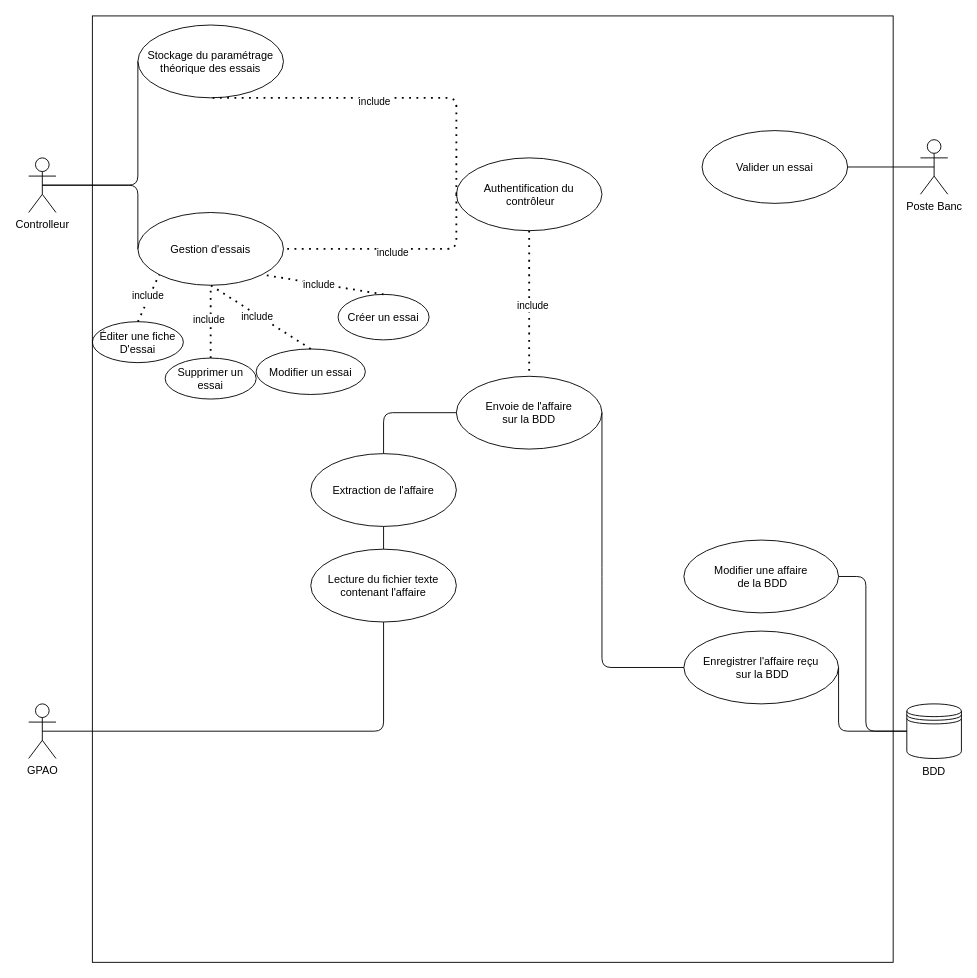
The draw.io diagram Analyse/Hugo/diagrammeDUtilisationHugo.drawio in MRCThomas/testDeVerinSurBancHydraulique, before the edit. Source tidied: cells renumbered, new cells numbered last; positions are measured from the earlier drawing's top-left corner, leaving out a move shared by most shapes. Both pictures are drawn from the tidied source at 91%, with x=0, y=0 at pixel (28, 15).
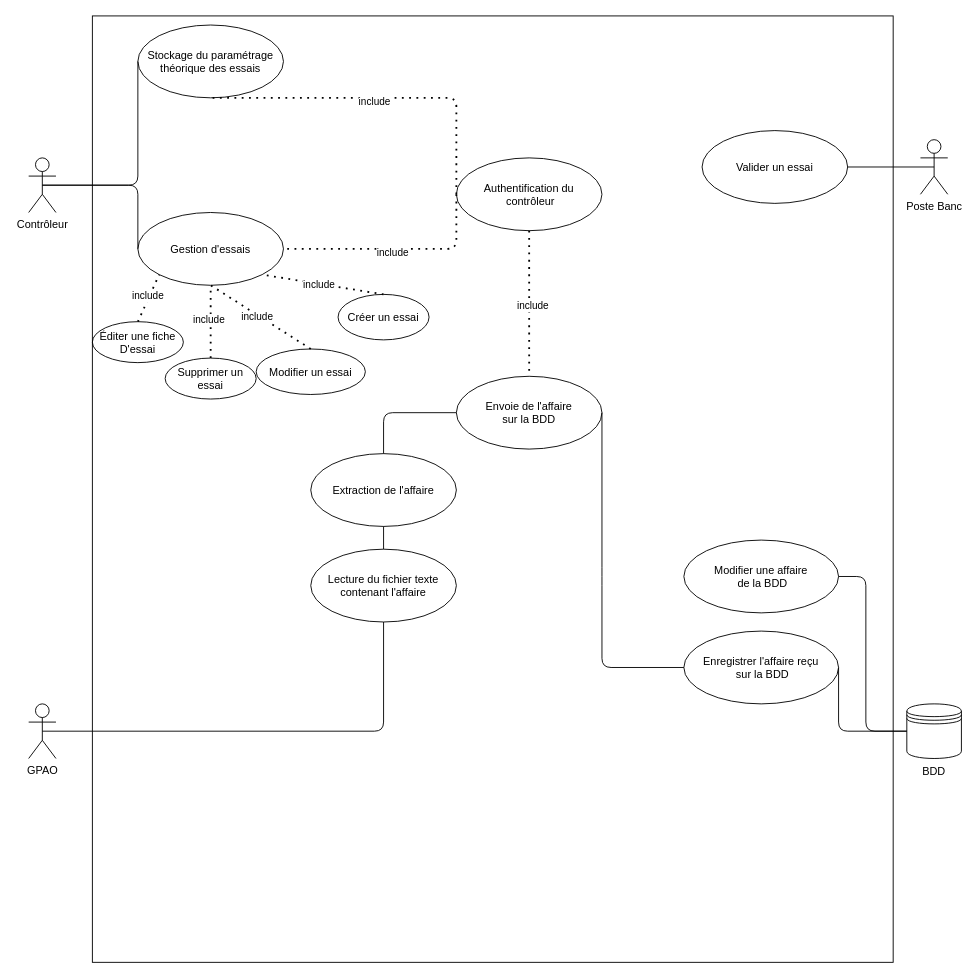
The same page after the edit.

Change to the diagram source:
```diff
@@
-    <mxCell id="5" value="Controlleur" style="shape=umlActor;html=1;verticalLabelPosition=bottom;verticalAlign=top;align=center;" parent="1" vertex="1">
+    <mxCell id="5" value="Contrôleur" style="shape=umlActor;html=1;verticalLabelPosition=bottom;verticalAlign=top;align=center;" parent="1" vertex="1">
       <mxGeometry y="156" width="30" height="60" as="geometry" />
     </mxCell>
```
